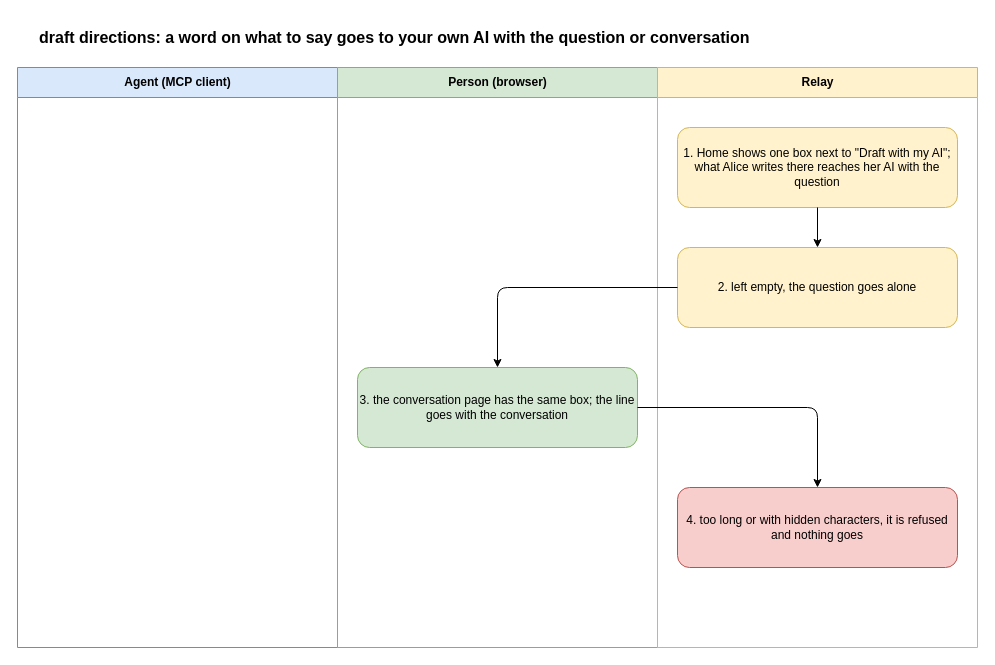
This is docs/flows/draft-directions.drawio from gizemsoylutr/klatsch, a draw.io file, before an edit. Source tidied: cells renumbered, new cells numbered last; positions are measured from the earlier drawing's top-left corner, leaving out a move shared by most shapes. Both pictures are drawn from the tidied source at 100%, with x=0, y=0 at pixel (17, 17).
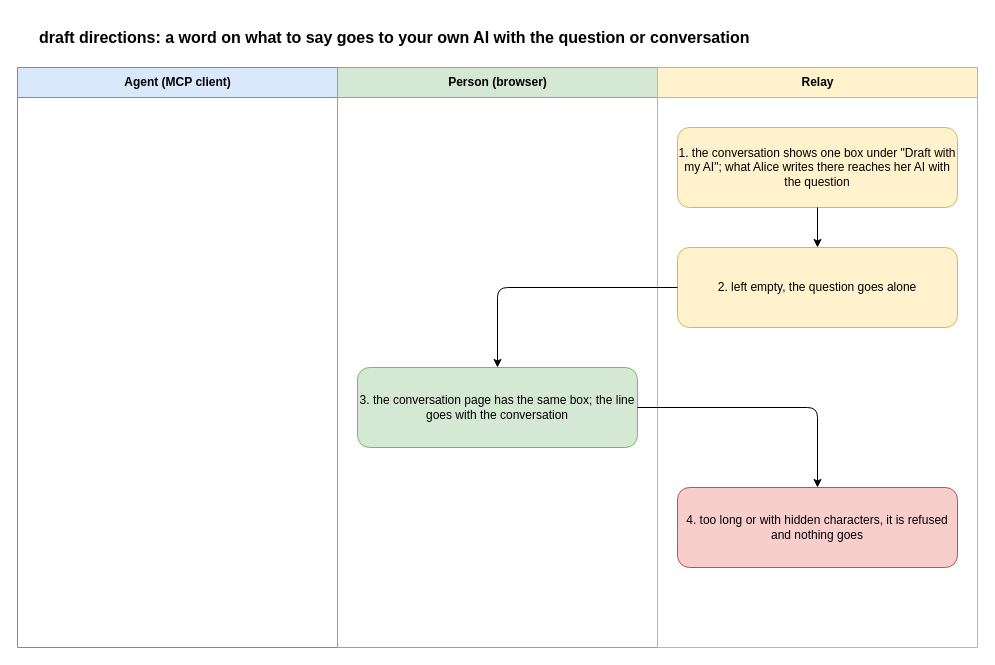
After the change.

The edit, as a diff of the source:
```diff
@@
 <mxGraphModel>
   <root>
     <mxCell id="0" />
     <mxCell id="1" parent="0" />
     <mxCell id="2" value="draft directions: a word on what to say goes to your own AI with the question or conversation" style="text;html=1;fontSize=16;fontStyle=1;align=left;verticalAlign=middle;whiteSpace=wrap;" parent="1" vertex="1">
       <mxGeometry x="20" width="920" height="40" as="geometry" />
     </mxCell>
     <mxCell id="3" value="Agent (MCP client)" style="swimlane;html=1;startSize=30;fillColor=#dae8fc;strokeColor=#6c8ebf;swimlaneFillColor=none;" parent="1" vertex="1">
       <mxGeometry y="50" width="320" height="580" as="geometry" />
     </mxCell>
     <mxCell id="4" value="Person (browser)" style="swimlane;html=1;startSize=30;fillColor=#d5e8d4;strokeColor=#82b366;swimlaneFillColor=none;" parent="1" vertex="1">
       <mxGeometry x="320" y="50" width="320" height="580" as="geometry" />
     </mxCell>
     <mxCell id="5" value="Relay" style="swimlane;html=1;startSize=30;fillColor=#fff2cc;strokeColor=#d6b656;swimlaneFillColor=none;" parent="1" vertex="1">
       <mxGeometry x="640" y="50" width="320" height="580" as="geometry" />
     </mxCell>
-    <mxCell id="6" value="1. Home shows one box next to &quot;Draft with my AI&quot;; what Alice writes there reaches her AI with the question" style="rounded=1;whiteSpace=wrap;html=1;fillColor=#fff2cc;strokeColor=#d6b656;fontSize=12;" parent="1" vertex="1">
+    <mxCell id="6" value="1. the conversation shows one box under &quot;Draft with my AI&quot;; what Alice writes there reaches her AI with the question" style="rounded=1;whiteSpace=wrap;html=1;fillColor=#fff2cc;strokeColor=#d6b656;fontSize=12;" parent="1" vertex="1">
       <mxGeometry x="660" y="110" width="280" height="80" as="geometry" />
     </mxCell>
     <mxCell id="7" value="2. left empty, the question goes alone" style="rounded=1;whiteSpace=wrap;html=1;fillColor=#fff2cc;strokeColor=#d6b656;fontSize=12;" parent="1" vertex="1">
       <mxGeometry x="660" y="230" width="280" height="80" as="geometry" />
     </mxCell>
     <mxCell id="8" style="edgeStyle=orthogonalEdgeStyle;rounded=1;html=1;endArrow=classic;" parent="1" edge="1" source="6" target="7">
       <mxGeometry relative="1" as="geometry" />
     </mxCell>
     <mxCell id="9" value="3. the conversation page has the same box; the line goes with the conversation" style="rounded=1;whiteSpace=wrap;html=1;fillColor=#d5e8d4;strokeColor=#82b366;fontSize=12;" parent="1" vertex="1">
       <mxGeometry x="340" y="350" width="280" height="80" as="geometry" />
     </mxCell>
     <mxCell id="10" style="edgeStyle=orthogonalEdgeStyle;rounded=1;html=1;endArrow=classic;" parent="1" edge="1" source="7" target="9">
       <mxGeometry relative="1" as="geometry" />
     </mxCell>
     <mxCell id="11" value="4. too long or with hidden characters, it is refused and nothing goes" style="rounded=1;whiteSpace=wrap;html=1;fillColor=#f8cecc;strokeColor=#b85450;fontSize=12;" parent="1" vertex="1">
       <mxGeometry x="660" y="470" width="280" height="80" as="geometry" />
     </mxCell>
     <mxCell id="12" style="edgeStyle=orthogonalEdgeStyle;rounded=1;html=1;endArrow=classic;" parent="1" edge="1" source="9" target="11">
       <mxGeometry relative="1" as="geometry" />
     </mxCell>
   </root>
 </mxGraphModel>
```
